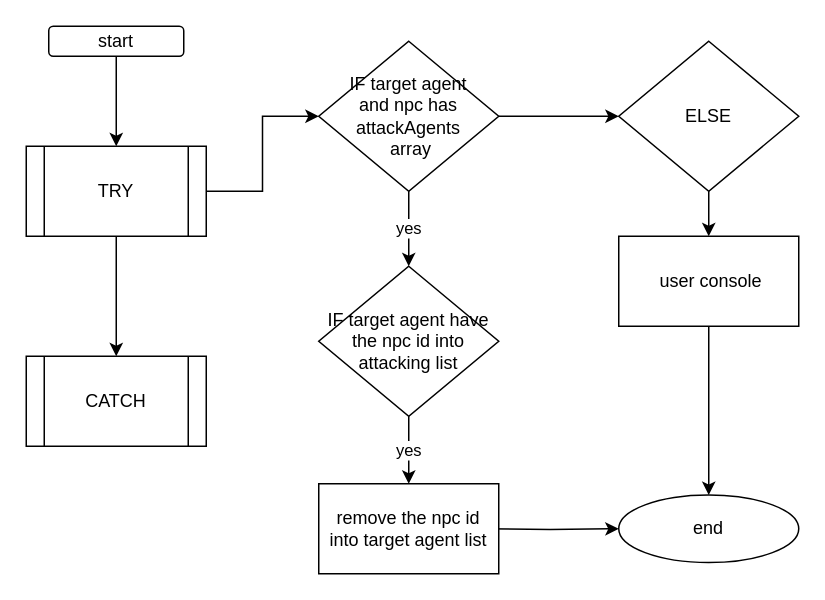
This is vehicle/removeAttackingAgentId.drawio from sivagit/diagrams, a draw.io file, before an edit. Source tidied: cells renumbered, new cells numbered last; positions are measured from the earlier drawing's top-left corner, leaving out a move shared by most shapes. Both pictures are drawn from the tidied source at 150%, with x=0, y=0 at pixel (26, 26).
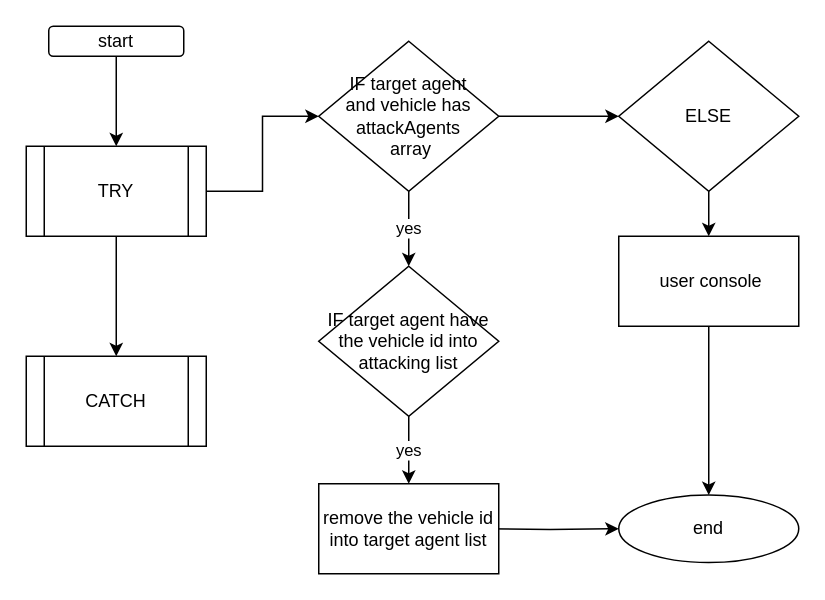
The same diagram, later.

Change to the diagram source:
```diff
@@
-    <mxCell id="10" value="IF target agent &lt;br&gt;and npc has attackAgents&lt;br&gt;&amp;nbsp;array" style="rhombus;whiteSpace=wrap;html=1;" parent="1" vertex="1">
+    <mxCell id="10" value="IF target agent &lt;br&gt;and vehicle has attackAgents&lt;br&gt;&amp;nbsp;array" style="rhombus;whiteSpace=wrap;html=1;" parent="1" vertex="1">
       <mxGeometry x="195" y="10" width="120" height="100" as="geometry" />
     </mxCell>
@@
-    <mxCell id="12" value="IF target agent have the npc id into attacking list" style="rhombus;whiteSpace=wrap;html=1;" parent="1" vertex="1">
+    <mxCell id="12" value="IF target agent have the vehicle id into attacking list" style="rhombus;whiteSpace=wrap;html=1;" parent="1" vertex="1">
       <mxGeometry x="195" y="160" width="120" height="100" as="geometry" />
     </mxCell>
@@
-    <mxCell id="19" value="remove the npc id into target agent list" style="rounded=0;whiteSpace=wrap;html=1;" parent="1" vertex="1">
+    <mxCell id="19" value="remove the vehicle id into target agent list" style="rounded=0;whiteSpace=wrap;html=1;" parent="1" vertex="1">
       <mxGeometry x="195" y="305" width="120" height="60" as="geometry" />
     </mxCell>
```
